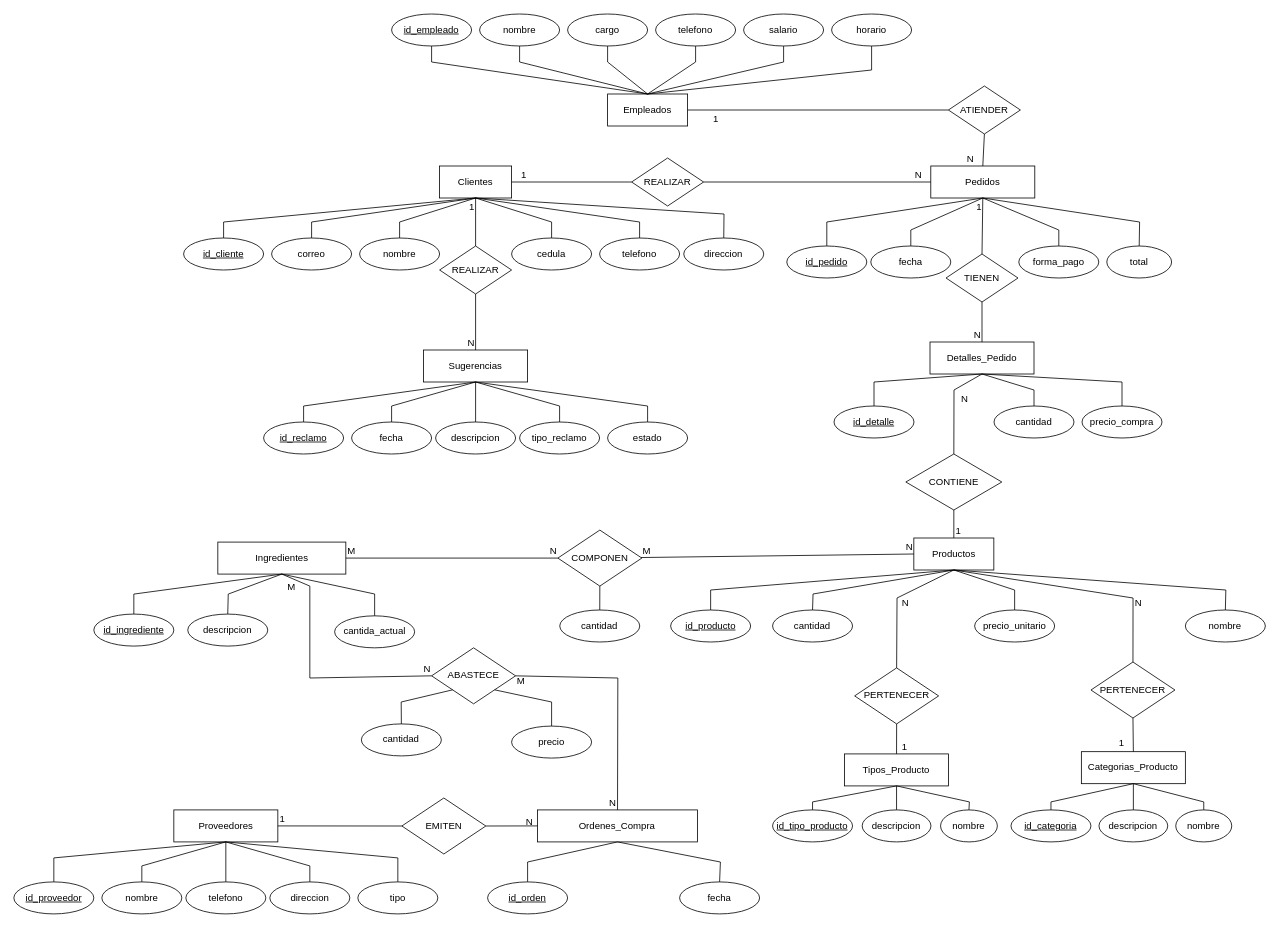
ByronCOR/ESTRUDATOS keeps this draw.io diagram as LABORATORIO.drawio. Above is the earlier version. Source tidied: cells renumbered, new cells numbered last; positions are measured from the earlier drawing's top-left corner, leaving out a move shared by most shapes. Both pictures are drawn from the tidied source at 80%, with x=0, y=0 at pixel (14, 14).
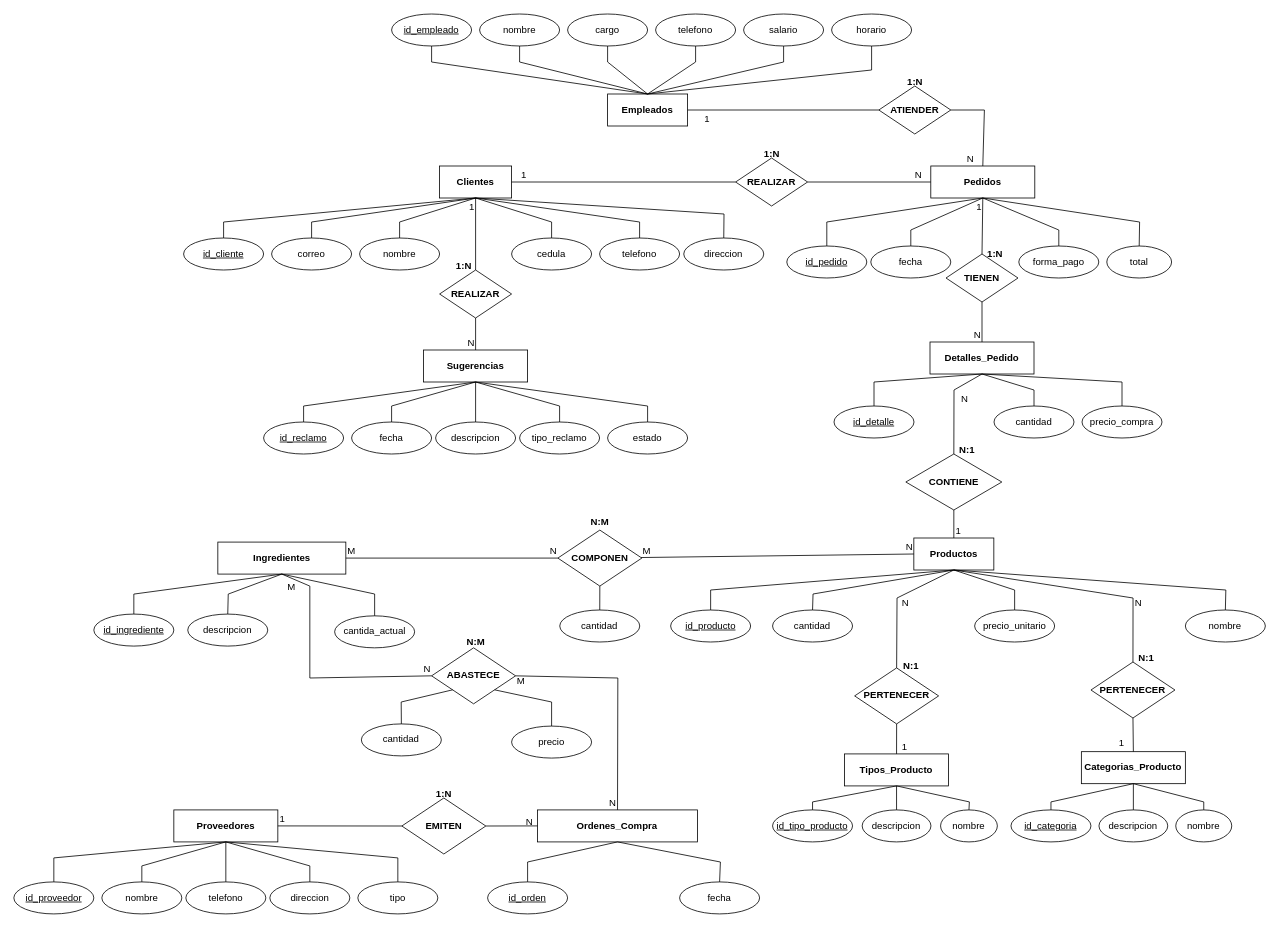
The same page after the edit.

Unchanged cells that the change refers to:
```xml
<mxCell id="132" style="endArrow=none;html=1;rounded=0;entryX=1;entryY=0.5;entryDx=0;entryDy=0;exitX=0;exitY=0.5;exitDx=0;exitDy=0;" parent="1" edge="1" source="75" target="74">
  <mxGeometry relative="1" as="geometry" />
</mxCell>
```

Diff of the diagram source:
```diff
@@
-    <mxCell id="2" value="Categorias_Producto" style="whiteSpace=wrap;html=1;align=center;" parent="1" vertex="1">
+    <mxCell id="2" value="&lt;b&gt;Categorias_Producto&lt;/b&gt;" style="whiteSpace=wrap;html=1;align=center;" parent="1" vertex="1">
       <mxGeometry x="1334.2" y="922.1" width="130" height="40" as="geometry" />
     </mxCell>
@@
-    <mxCell id="9" value="Tipos_Producto" style="whiteSpace=wrap;html=1;align=center;" parent="1" vertex="1">
+    <mxCell id="9" value="&lt;b&gt;Tipos_Producto&lt;/b&gt;" style="whiteSpace=wrap;html=1;align=center;" parent="1" vertex="1">
       <mxGeometry x="1038.2" y="924.9" width="130" height="40" as="geometry" />
     </mxCell>
@@
-    <mxCell id="16" value="PERTENECER" style="shape=rhombus;perimeter=rhombusPerimeter;whiteSpace=wrap;html=1;align=center;" parent="1" vertex="1">
+    <mxCell id="16" value="&lt;b&gt;PERTENECER&lt;/b&gt;" style="shape=rhombus;perimeter=rhombusPerimeter;whiteSpace=wrap;html=1;align=center;" parent="1" vertex="1">
       <mxGeometry x="1050.8" y="817.4" width="105" height="70" as="geometry" />
     </mxCell>
@@
-    <mxCell id="21" value="Clientes" style="whiteSpace=wrap;html=1;align=center;" parent="1" vertex="1">
+    <mxCell id="21" value="&lt;b&gt;Clientes&lt;/b&gt;" style="whiteSpace=wrap;html=1;align=center;" parent="1" vertex="1">
       <mxGeometry x="532" y="190" width="90" height="40" as="geometry" />
     </mxCell>
@@
-    <mxCell id="24" value="REALIZAR" style="shape=rhombus;perimeter=rhombusPerimeter;whiteSpace=wrap;html=1;align=center;" parent="1" vertex="1">
-      <mxGeometry x="532" y="290" width="90" height="60" as="geometry" />
+    <mxCell id="24" value="&lt;b&gt;REALIZAR&lt;/b&gt;" style="shape=rhombus;perimeter=rhombusPerimeter;whiteSpace=wrap;html=1;align=center;" parent="1" vertex="1">
+      <mxGeometry x="532" y="320" width="90" height="60" as="geometry" />
     </mxCell>
@@
-    <mxCell id="27" value="Sugerencias" style="whiteSpace=wrap;html=1;align=center;" parent="1" vertex="1">
+    <mxCell id="27" value="&lt;b&gt;Sugerencias&lt;/b&gt;" style="whiteSpace=wrap;html=1;align=center;" parent="1" vertex="1">
       <mxGeometry x="512" y="420" width="130" height="40" as="geometry" />
     </mxCell>
@@
-    <mxCell id="48" value="Pedidos" style="whiteSpace=wrap;html=1;align=center;" parent="1" vertex="1">
+    <mxCell id="48" value="&lt;b&gt;Pedidos&lt;/b&gt;" style="whiteSpace=wrap;html=1;align=center;" parent="1" vertex="1">
       <mxGeometry x="1146" y="190" width="130" height="40" as="geometry" />
     </mxCell>
@@
-    <mxCell id="57" value="REALIZAR" style="shape=rhombus;perimeter=rhombusPerimeter;whiteSpace=wrap;html=1;align=center;" parent="1" vertex="1">
-      <mxGeometry x="772" y="180" width="90" height="60" as="geometry" />
+    <mxCell id="57" value="&lt;b&gt;REALIZAR&lt;/b&gt;" style="shape=rhombus;perimeter=rhombusPerimeter;whiteSpace=wrap;html=1;align=center;" parent="1" vertex="1">
+      <mxGeometry x="902" y="180" width="90" height="60" as="geometry" />
     </mxCell>
@@
-    <mxCell id="62" value="TIENEN" style="shape=rhombus;perimeter=rhombusPerimeter;whiteSpace=wrap;html=1;align=center;" parent="1" vertex="1">
+    <mxCell id="62" value="&lt;b&gt;TIENEN&lt;/b&gt;" style="shape=rhombus;perimeter=rhombusPerimeter;whiteSpace=wrap;html=1;align=center;" parent="1" vertex="1">
       <mxGeometry x="1165" y="300" width="90" height="60" as="geometry" />
     </mxCell>
@@
-    <mxCell id="65" value="Detalles_Pedido" style="whiteSpace=wrap;html=1;align=center;" parent="1" vertex="1">
+    <mxCell id="65" value="&lt;b&gt;Detalles_Pedido&lt;/b&gt;" style="whiteSpace=wrap;html=1;align=center;" parent="1" vertex="1">
       <mxGeometry x="1145" y="410" width="130" height="40" as="geometry" />
     </mxCell>
@@
-    <mxCell id="74" value="Empleados" style="whiteSpace=wrap;html=1;align=center;" parent="1" vertex="1">
+    <mxCell id="74" value="&lt;b&gt;Empleados&lt;/b&gt;" style="whiteSpace=wrap;html=1;align=center;" parent="1" vertex="1">
       <mxGeometry x="742" y="100" width="100" height="40" as="geometry" />
     </mxCell>
-    <mxCell id="75" value="ATIENDER" style="shape=rhombus;perimeter=rhombusPerimeter;whiteSpace=wrap;html=1;align=center;" parent="1" vertex="1">
-      <mxGeometry x="1168" y="90" width="90" height="60" as="geometry" />
+    <mxCell id="75" value="&lt;b&gt;ATIENDER&lt;/b&gt;" style="shape=rhombus;perimeter=rhombusPerimeter;whiteSpace=wrap;html=1;align=center;" parent="1" vertex="1">
+      <mxGeometry x="1081" y="90" width="90" height="60" as="geometry" />
     </mxCell>
@@
-    <mxCell id="88" value="Productos" style="whiteSpace=wrap;html=1;align=center;" parent="1" vertex="1">
+    <mxCell id="88" value="&lt;b&gt;Productos&lt;/b&gt;" style="whiteSpace=wrap;html=1;align=center;" parent="1" vertex="1">
       <mxGeometry x="1124.8" y="655" width="100" height="40" as="geometry" />
     </mxCell>
@@
-    <mxCell id="97" value="PERTENECER" style="shape=rhombus;perimeter=rhombusPerimeter;whiteSpace=wrap;html=1;align=center;" parent="1" vertex="1">
+    <mxCell id="97" value="&lt;b&gt;PERTENECER&lt;/b&gt;" style="shape=rhombus;perimeter=rhombusPerimeter;whiteSpace=wrap;html=1;align=center;" parent="1" vertex="1">
       <mxGeometry x="1346.2" y="810" width="105" height="70" as="geometry" />
     </mxCell>
@@
-    <mxCell id="102" value="CONTIENE" style="shape=rhombus;perimeter=rhombusPerimeter;whiteSpace=wrap;html=1;align=center;" parent="1" vertex="1">
+    <mxCell id="102" value="&lt;b&gt;CONTIENE&lt;/b&gt;" style="shape=rhombus;perimeter=rhombusPerimeter;whiteSpace=wrap;html=1;align=center;" parent="1" vertex="1">
       <mxGeometry x="1114.8" y="550" width="120" height="70" as="geometry" />
     </mxCell>
@@
-    <mxCell id="107" value="Proveedores" style="whiteSpace=wrap;html=1;align=center;" parent="1" vertex="1">
+    <mxCell id="107" value="&lt;b&gt;Proveedores&lt;/b&gt;" style="whiteSpace=wrap;html=1;align=center;" parent="1" vertex="1">
       <mxGeometry x="199.8" y="994.9" width="130" height="40" as="geometry" />
     </mxCell>
@@
-    <mxCell id="118" value="Ordenes_Compra" style="whiteSpace=wrap;html=1;align=center;" parent="1" vertex="1">
+    <mxCell id="118" value="&lt;b&gt;Ordenes_Compra&lt;/b&gt;" style="whiteSpace=wrap;html=1;align=center;" parent="1" vertex="1">
       <mxGeometry x="654.4" y="994.9" width="200" height="40" as="geometry" />
     </mxCell>
@@
-    <mxCell id="123" value="Ingredientes" style="whiteSpace=wrap;html=1;align=center;" parent="1" vertex="1">
+    <mxCell id="123" value="&lt;b&gt;Ingredientes&lt;/b&gt;" style="whiteSpace=wrap;html=1;align=center;" parent="1" vertex="1">
       <mxGeometry x="254.8" y="660.1" width="160" height="40" as="geometry" />
     </mxCell>
@@
-    <mxCell id="130" style="endArrow=none;html=1;rounded=0;exitX=0.5;exitY=1;exitDx=0;exitDy=0;entryX=0.5;entryY=0;entryDx=0;entryDy=0;" parent="1" edge="1" source="75" target="48">
-      <mxGeometry relative="1" as="geometry" />
+    <mxCell id="130" style="endArrow=none;html=1;rounded=0;exitX=1;exitY=0.5;exitDx=0;exitDy=0;entryX=0.5;entryY=0;entryDx=0;entryDy=0;" parent="1" edge="1" source="75" target="48">
+      <mxGeometry relative="1" as="geometry">
+        <Array as="points">
+          <mxPoint x="1213" y="120" />
+        </Array>
+      </mxGeometry>
     </mxCell>
@@
     <mxCell id="133" value="1" style="html=1;whiteSpace=wrap;align=right;verticalAlign=bottom;" parent="132" vertex="1">
       <mxGeometry x="1" relative="1" as="geometry">
-        <mxPoint x="40" y="20" as="offset" />
+        <mxPoint x="29" y="20" as="offset" />
       </mxGeometry>
     </mxCell>
-    <mxCell id="134" value="EMITEN" style="shape=rhombus;perimeter=rhombusPerimeter;whiteSpace=wrap;html=1;align=center;" parent="1" vertex="1">
+    <mxCell id="134" value="&lt;b&gt;EMITEN&lt;/b&gt;" style="shape=rhombus;perimeter=rhombusPerimeter;whiteSpace=wrap;html=1;align=center;" parent="1" vertex="1">
       <mxGeometry x="484.8" y="980" width="105" height="70" as="geometry" />
     </mxCell>
-    <mxCell id="135" value="COMPONEN" style="shape=rhombus;perimeter=rhombusPerimeter;whiteSpace=wrap;html=1;align=center;" parent="1" vertex="1">
+    <mxCell id="135" value="&lt;b&gt;COMPONEN&lt;/b&gt;" style="shape=rhombus;perimeter=rhombusPerimeter;whiteSpace=wrap;html=1;align=center;" parent="1" vertex="1">
       <mxGeometry x="679.8" y="645.1" width="105" height="70" as="geometry" />
     </mxCell>
@@
-    <mxCell id="142" value="ABASTECE" style="shape=rhombus;perimeter=rhombusPerimeter;whiteSpace=wrap;html=1;align=center;" parent="1" vertex="1">
+    <mxCell id="142" value="&lt;b&gt;ABASTECE&lt;/b&gt;" style="shape=rhombus;perimeter=rhombusPerimeter;whiteSpace=wrap;html=1;align=center;" parent="1" vertex="1">
       <mxGeometry x="522" y="792.3" width="105" height="70" as="geometry" />
     </mxCell>
@@
+    <mxCell id="161" value="&lt;b&gt;1:N&lt;/b&gt;" style="text;html=1;align=center;verticalAlign=middle;strokeColor=none;fillColor=none;" parent="1" vertex="1">
+      <mxGeometry x="927" y="160" width="40" height="30" as="geometry" />
+    </mxCell>
+    <mxCell id="162" value="&lt;b&gt;1:N&lt;/b&gt;" style="text;html=1;align=center;verticalAlign=middle;strokeColor=none;fillColor=none;" parent="1" vertex="1">
+      <mxGeometry x="1106.2" y="70" width="40" height="30" as="geometry" />
+    </mxCell>
+    <mxCell id="163" value="&lt;b&gt;1:N&lt;/b&gt;" style="text;html=1;align=center;verticalAlign=middle;strokeColor=none;fillColor=none;" parent="1" vertex="1">
+      <mxGeometry x="1206.2" y="285" width="40" height="30" as="geometry" />
+    </mxCell>
+    <mxCell id="164" value="&lt;b&gt;N:1&lt;/b&gt;" style="text;html=1;align=center;verticalAlign=middle;strokeColor=none;fillColor=none;" parent="1" vertex="1">
+      <mxGeometry x="1171" y="530" width="40" height="30" as="geometry" />
+    </mxCell>
+    <mxCell id="165" value="&lt;b&gt;N:1&lt;/b&gt;" style="text;html=1;align=center;verticalAlign=middle;strokeColor=none;fillColor=none;" parent="1" vertex="1">
+      <mxGeometry x="1101" y="800" width="40" height="30" as="geometry" />
+    </mxCell>
+    <mxCell id="166" value="&lt;b&gt;N:1&lt;/b&gt;" style="text;html=1;align=center;verticalAlign=middle;strokeColor=none;fillColor=none;" parent="1" vertex="1">
+      <mxGeometry x="1395" y="790.1" width="40" height="30" as="geometry" />
+    </mxCell>
+    <mxCell id="167" value="&lt;b&gt;N:M&lt;/b&gt;" style="text;html=1;align=center;verticalAlign=middle;strokeColor=none;fillColor=none;" parent="1" vertex="1">
+      <mxGeometry x="707.2" y="620" width="50" height="30" as="geometry" />
+    </mxCell>
+    <mxCell id="168" value="&lt;b&gt;N:M&lt;/b&gt;" style="text;html=1;align=center;verticalAlign=middle;strokeColor=none;fillColor=none;" parent="1" vertex="1">
+      <mxGeometry x="552" y="770" width="50" height="30" as="geometry" />
+    </mxCell>
+    <mxCell id="169" value="&lt;b&gt;1:N&lt;/b&gt;" style="text;html=1;align=center;verticalAlign=middle;strokeColor=none;fillColor=none;" parent="1" vertex="1">
+      <mxGeometry x="542" y="300" width="40" height="30" as="geometry" />
+    </mxCell>
+    <mxCell id="170" value="&lt;b&gt;1:N&lt;/b&gt;" style="text;html=1;align=center;verticalAlign=middle;strokeColor=none;fillColor=none;" parent="1" vertex="1">
+      <mxGeometry x="517.2" y="960" width="40" height="30" as="geometry" />
+    </mxCell>
```
